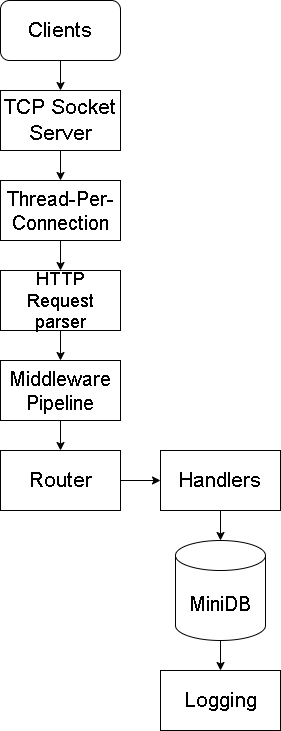
This is Architecture_HTTP.png from karthik-k11/from-scratch-http, a draw.io export, as it was before one commit. Source tidied: cells renumbered, new cells last; positions are measured from the earlier drawing's top-left corner, leaving out a move shared by most shapes. The source it was exported from:
```xml
<mxGraphModel>
  <root>
    <mxCell id="0" />
    <mxCell id="1" parent="0" />
    <mxCell id="2" style="edgeStyle=orthogonalEdgeStyle;rounded=0;jettySize=auto;html=1;" parent="1" edge="1" source="3" target="5">
      <mxGeometry relative="1" as="geometry" />
    </mxCell>
    <mxCell id="3" value="&lt;font style=&quot;font-size: 21px;&quot;&gt;Clients&lt;/font&gt;" style="rounded=1;whiteSpace=wrap;html=1;" parent="1" vertex="1">
      <mxGeometry width="120" height="60" as="geometry" />
    </mxCell>
    <mxCell id="4" style="edgeStyle=orthogonalEdgeStyle;rounded=0;jettySize=auto;html=1;" parent="1" edge="1" source="5" target="7">
      <mxGeometry relative="1" as="geometry" />
    </mxCell>
    <mxCell id="5" value="&lt;font style=&quot;font-size: 21px;&quot;&gt;TCP Socket Server&lt;/font&gt;" style="rounded=0;whiteSpace=wrap;html=1;" parent="1" vertex="1">
      <mxGeometry y="90" width="120" height="60" as="geometry" />
    </mxCell>
    <mxCell id="6" style="edgeStyle=orthogonalEdgeStyle;rounded=0;jettySize=auto;html=1;" parent="1" edge="1" source="7" target="9">
      <mxGeometry relative="1" as="geometry" />
    </mxCell>
    <mxCell id="7" value="&lt;font style=&quot;font-size: 20px;&quot;&gt;Thread-Per-Connection&lt;/font&gt;" style="rounded=0;whiteSpace=wrap;html=1;" parent="1" vertex="1">
      <mxGeometry y="180" width="120" height="60" as="geometry" />
    </mxCell>
    <mxCell id="8" style="edgeStyle=orthogonalEdgeStyle;rounded=0;jettySize=auto;html=1;" parent="1" edge="1" source="9" target="11">
      <mxGeometry relative="1" as="geometry" />
    </mxCell>
    <mxCell id="9" value="&lt;font style=&quot;font-size: 18px;&quot;&gt;HTTP Request parser&lt;/font&gt;" style="rounded=0;whiteSpace=wrap;html=1;" parent="1" vertex="1">
      <mxGeometry y="270" width="120" height="60" as="geometry" />
    </mxCell>
    <mxCell id="10" style="edgeStyle=orthogonalEdgeStyle;rounded=0;jettySize=auto;html=1;" parent="1" edge="1" source="11" target="13">
      <mxGeometry relative="1" as="geometry" />
    </mxCell>
    <mxCell id="11" value="&lt;font style=&quot;font-size: 20px;&quot;&gt;Middleware Pipeline&lt;/font&gt;" style="rounded=0;whiteSpace=wrap;html=1;" parent="1" vertex="1">
      <mxGeometry y="360" width="120" height="60" as="geometry" />
    </mxCell>
    <mxCell id="12" style="edgeStyle=orthogonalEdgeStyle;rounded=0;jettySize=auto;html=1;" parent="1" edge="1" source="13" target="15">
      <mxGeometry relative="1" as="geometry" />
    </mxCell>
    <mxCell id="13" value="&lt;font style=&quot;font-size: 21px;&quot;&gt;Router&lt;/font&gt;" style="rounded=0;whiteSpace=wrap;html=1;" parent="1" vertex="1">
      <mxGeometry y="450" width="120" height="60" as="geometry" />
    </mxCell>
    <mxCell id="14" style="edgeStyle=orthogonalEdgeStyle;rounded=0;jettySize=auto;html=1;" parent="1" edge="1" source="15" target="17">
      <mxGeometry relative="1" as="geometry" />
    </mxCell>
    <mxCell id="15" value="&lt;font style=&quot;font-size: 21px;&quot;&gt;Handlers&lt;/font&gt;" style="rounded=0;whiteSpace=wrap;html=1;" parent="1" vertex="1">
      <mxGeometry x="160" y="450" width="120" height="60" as="geometry" />
    </mxCell>
    <mxCell id="16" style="edgeStyle=orthogonalEdgeStyle;rounded=0;jettySize=auto;html=1;" parent="1" edge="1" source="17" target="18">
      <mxGeometry relative="1" as="geometry" />
    </mxCell>
    <mxCell id="17" value="&lt;font style=&quot;font-size: 20px;&quot;&gt;MiniDB&lt;/font&gt;" style="shape=cylinder3;whiteSpace=wrap;html=1;boundedLbl=1;backgroundOutline=1;size=15;" parent="1" vertex="1">
      <mxGeometry x="175" y="540" width="90" height="100" as="geometry" />
    </mxCell>
    <mxCell id="18" value="&lt;font style=&quot;font-size: 21px;&quot;&gt;Logging&lt;/font&gt;" style="rounded=0;whiteSpace=wrap;html=1;" parent="1" vertex="1">
      <mxGeometry x="160" y="670" width="120" height="60" as="geometry" />
    </mxCell>
  </root>
</mxGraphModel>
```
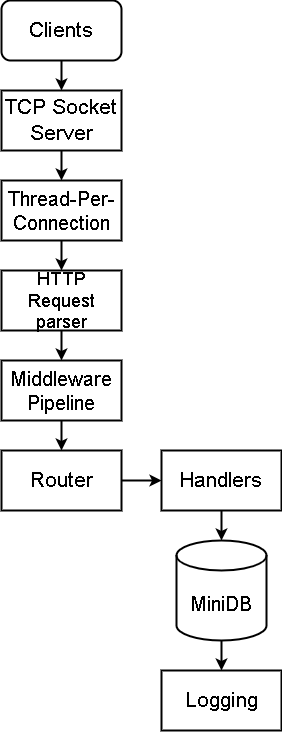
Above is the later version.

Commit message:
Modified Arrows color

Change to the diagram source:
```diff
@@ -2,55 +2,55 @@
   <root>
     <mxCell id="0" />
     <mxCell id="1" parent="0" />
-    <mxCell id="2" style="edgeStyle=orthogonalEdgeStyle;rounded=0;jettySize=auto;html=1;" parent="1" edge="1" source="3" target="5">
+    <mxCell id="2" style="edgeStyle=orthogonalEdgeStyle;rounded=0;jettySize=auto;html=1;strokeWidth=2;strokeColor=light-dark(#000000,#FFFFFF);" parent="1" edge="1" source="3" target="5">
       <mxGeometry relative="1" as="geometry" />
     </mxCell>
-    <mxCell id="3" value="&lt;font style=&quot;font-size: 21px;&quot;&gt;Clients&lt;/font&gt;" style="rounded=1;whiteSpace=wrap;html=1;" parent="1" vertex="1">
+    <mxCell id="3" value="&lt;font style=&quot;font-size: 21px;&quot;&gt;Clients&lt;/font&gt;" style="rounded=1;whiteSpace=wrap;html=1;strokeWidth=2;strokeColor=light-dark(#000000,#FFFFFF);" parent="1" vertex="1">
       <mxGeometry width="120" height="60" as="geometry" />
     </mxCell>
-    <mxCell id="4" style="edgeStyle=orthogonalEdgeStyle;rounded=0;jettySize=auto;html=1;" parent="1" edge="1" source="5" target="7">
+    <mxCell id="4" style="edgeStyle=orthogonalEdgeStyle;rounded=0;jettySize=auto;html=1;strokeWidth=2;strokeColor=light-dark(#000000,#FFFFFF);" parent="1" edge="1" source="5" target="7">
       <mxGeometry relative="1" as="geometry" />
     </mxCell>
-    <mxCell id="5" value="&lt;font style=&quot;font-size: 21px;&quot;&gt;TCP Socket Server&lt;/font&gt;" style="rounded=0;whiteSpace=wrap;html=1;" parent="1" vertex="1">
+    <mxCell id="5" value="&lt;font style=&quot;font-size: 21px;&quot;&gt;TCP Socket Server&lt;/font&gt;" style="rounded=0;whiteSpace=wrap;html=1;strokeWidth=2;strokeColor=light-dark(#000000,#FFFFFF);" parent="1" vertex="1">
       <mxGeometry y="90" width="120" height="60" as="geometry" />
     </mxCell>
-    <mxCell id="6" style="edgeStyle=orthogonalEdgeStyle;rounded=0;jettySize=auto;html=1;" parent="1" edge="1" source="7" target="9">
+    <mxCell id="6" style="edgeStyle=orthogonalEdgeStyle;rounded=0;jettySize=auto;html=1;strokeWidth=2;strokeColor=light-dark(#000000,#FFFFFF);" parent="1" edge="1" source="7" target="9">
       <mxGeometry relative="1" as="geometry" />
     </mxCell>
-    <mxCell id="7" value="&lt;font style=&quot;font-size: 20px;&quot;&gt;Thread-Per-Connection&lt;/font&gt;" style="rounded=0;whiteSpace=wrap;html=1;" parent="1" vertex="1">
+    <mxCell id="7" value="&lt;font style=&quot;font-size: 20px;&quot;&gt;Thread-Per-Connection&lt;/font&gt;" style="rounded=0;whiteSpace=wrap;html=1;strokeWidth=2;strokeColor=light-dark(#000000,#FFFFFF);" parent="1" vertex="1">
       <mxGeometry y="180" width="120" height="60" as="geometry" />
     </mxCell>
-    <mxCell id="8" style="edgeStyle=orthogonalEdgeStyle;rounded=0;jettySize=auto;html=1;" parent="1" edge="1" source="9" target="11">
+    <mxCell id="8" style="edgeStyle=orthogonalEdgeStyle;rounded=0;jettySize=auto;html=1;strokeWidth=2;strokeColor=light-dark(#000000,#FFFFFF);" parent="1" edge="1" source="9" target="11">
       <mxGeometry relative="1" as="geometry" />
     </mxCell>
-    <mxCell id="9" value="&lt;font style=&quot;font-size: 18px;&quot;&gt;HTTP Request parser&lt;/font&gt;" style="rounded=0;whiteSpace=wrap;html=1;" parent="1" vertex="1">
+    <mxCell id="9" value="&lt;font style=&quot;font-size: 18px;&quot;&gt;HTTP Request parser&lt;/font&gt;" style="rounded=0;whiteSpace=wrap;html=1;strokeWidth=2;strokeColor=light-dark(#000000,#FFFFFF);" parent="1" vertex="1">
       <mxGeometry y="270" width="120" height="60" as="geometry" />
     </mxCell>
-    <mxCell id="10" style="edgeStyle=orthogonalEdgeStyle;rounded=0;jettySize=auto;html=1;" parent="1" edge="1" source="11" target="13">
+    <mxCell id="10" style="edgeStyle=orthogonalEdgeStyle;rounded=0;jettySize=auto;html=1;strokeWidth=2;strokeColor=light-dark(#000000,#FFFFFF);" parent="1" edge="1" source="11" target="13">
       <mxGeometry relative="1" as="geometry" />
     </mxCell>
-    <mxCell id="11" value="&lt;font style=&quot;font-size: 20px;&quot;&gt;Middleware Pipeline&lt;/font&gt;" style="rounded=0;whiteSpace=wrap;html=1;" parent="1" vertex="1">
+    <mxCell id="11" value="&lt;font style=&quot;font-size: 20px;&quot;&gt;Middleware Pipeline&lt;/font&gt;" style="rounded=0;whiteSpace=wrap;html=1;strokeWidth=2;strokeColor=light-dark(#000000,#FFFFFF);" parent="1" vertex="1">
       <mxGeometry y="360" width="120" height="60" as="geometry" />
     </mxCell>
-    <mxCell id="12" style="edgeStyle=orthogonalEdgeStyle;rounded=0;jettySize=auto;html=1;" parent="1" edge="1" source="13" target="15">
+    <mxCell id="12" style="edgeStyle=orthogonalEdgeStyle;rounded=0;jettySize=auto;html=1;strokeWidth=2;strokeColor=light-dark(#000000,#FFFFFF);" parent="1" edge="1" source="13" target="15">
       <mxGeometry relative="1" as="geometry" />
     </mxCell>
-    <mxCell id="13" value="&lt;font style=&quot;font-size: 21px;&quot;&gt;Router&lt;/font&gt;" style="rounded=0;whiteSpace=wrap;html=1;" parent="1" vertex="1">
+    <mxCell id="13" value="&lt;font style=&quot;font-size: 21px;&quot;&gt;Router&lt;/font&gt;" style="rounded=0;whiteSpace=wrap;html=1;strokeWidth=2;strokeColor=light-dark(#000000,#FFFFFF);" parent="1" vertex="1">
       <mxGeometry y="450" width="120" height="60" as="geometry" />
     </mxCell>
-    <mxCell id="14" style="edgeStyle=orthogonalEdgeStyle;rounded=0;jettySize=auto;html=1;" parent="1" edge="1" source="15" target="17">
+    <mxCell id="14" style="edgeStyle=orthogonalEdgeStyle;rounded=0;jettySize=auto;html=1;strokeWidth=2;strokeColor=light-dark(#000000,#FFFFFF);" parent="1" edge="1" source="15" target="17">
       <mxGeometry relative="1" as="geometry" />
     </mxCell>
-    <mxCell id="15" value="&lt;font style=&quot;font-size: 21px;&quot;&gt;Handlers&lt;/font&gt;" style="rounded=0;whiteSpace=wrap;html=1;" parent="1" vertex="1">
+    <mxCell id="15" value="&lt;font style=&quot;font-size: 21px;&quot;&gt;Handlers&lt;/font&gt;" style="rounded=0;whiteSpace=wrap;html=1;strokeWidth=2;strokeColor=light-dark(#000000,#FFFFFF);" parent="1" vertex="1">
       <mxGeometry x="160" y="450" width="120" height="60" as="geometry" />
     </mxCell>
-    <mxCell id="16" style="edgeStyle=orthogonalEdgeStyle;rounded=0;jettySize=auto;html=1;" parent="1" edge="1" source="17" target="18">
+    <mxCell id="16" style="edgeStyle=orthogonalEdgeStyle;rounded=0;jettySize=auto;html=1;strokeWidth=2;strokeColor=light-dark(#000000,#FFFFFF);" parent="1" edge="1" source="17" target="18">
       <mxGeometry relative="1" as="geometry" />
     </mxCell>
-    <mxCell id="17" value="&lt;font style=&quot;font-size: 20px;&quot;&gt;MiniDB&lt;/font&gt;" style="shape=cylinder3;whiteSpace=wrap;html=1;boundedLbl=1;backgroundOutline=1;size=15;" parent="1" vertex="1">
+    <mxCell id="17" value="&lt;font style=&quot;font-size: 20px;&quot;&gt;MiniDB&lt;/font&gt;" style="shape=cylinder3;whiteSpace=wrap;html=1;boundedLbl=1;backgroundOutline=1;size=15;strokeWidth=2;strokeColor=light-dark(#000000,#FFFFFF);" parent="1" vertex="1">
       <mxGeometry x="175" y="540" width="90" height="100" as="geometry" />
     </mxCell>
-    <mxCell id="18" value="&lt;font style=&quot;font-size: 21px;&quot;&gt;Logging&lt;/font&gt;" style="rounded=0;whiteSpace=wrap;html=1;" parent="1" vertex="1">
+    <mxCell id="18" value="&lt;font style=&quot;font-size: 21px;&quot;&gt;Logging&lt;/font&gt;" style="rounded=0;whiteSpace=wrap;html=1;strokeWidth=2;strokeColor=light-dark(#000000,#FFFFFF);" parent="1" vertex="1">
       <mxGeometry x="160" y="670" width="120" height="60" as="geometry" />
     </mxCell>
   </root>
```
